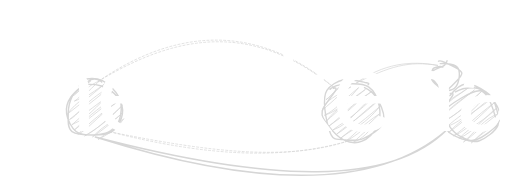
This is images/menckenania-logo.drawio.svg from menckend/writing, a draw.io export, as it was before one commit. Source tidied: cells renumbered, new cells last; positions are measured from the earlier drawing's top-left corner, leaving out a move shared by most shapes.
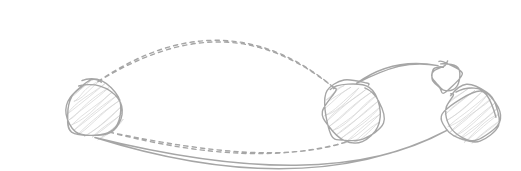
After the change.

What changed in the source:
```diff
@@ -2,23 +2,26 @@
   <root>
     <mxCell id="0" />
     <mxCell id="1" parent="0" />
+    <mxCell id="10" value="menckenania" style="text;align=left;verticalAlign=middle;strokeColor=none;fillColor=none;fontSize=80;fontColor=#FFFFFF;fontStyle=0;fontFamily=Caveat;fontSource=https%3A%2F%2Ffonts.googleapis.com%2Fcss%3Ffamily%3DCaveat;" parent="1" vertex="1">
+      <mxGeometry width="370" height="110" as="geometry" />
+    </mxCell>
-    <mxCell id="2" style="ellipse;whiteSpace=wrap;html=1;strokeColor=#D6D6D6;fillColor=#D6D6D6;shadow=0;rotation=10;sketch=1;curveFitting=1;jiggle=2;strokeWidth=1;fillStyle=hachure;" parent="1" vertex="1">
+    <mxCell id="2" style="ellipse;whiteSpace=wrap;html=1;strokeColor=#A6A6A6;fillColor=#D6D6D6;shadow=0;rotation=10;sketch=1;curveFitting=1;jiggle=2;strokeWidth=1;fillStyle=hachure;" parent="1" vertex="1">
       <mxGeometry x="46" y="57.4" width="40" height="40" as="geometry" />
     </mxCell>
-    <mxCell id="3" style="endArrow=none;html=1;strokeColor=#D6D6D6;strokeWidth=0.5;dashed=1;curved=1;entryX=0.5;entryY=1;entryDx=0;entryDy=0;exitX=1;exitY=1;exitDx=0;exitDy=0;sketch=1;curveFitting=1;jiggle=2;" parent="1" edge="1" source="2" target="4">
+    <mxCell id="3" style="endArrow=none;html=1;strokeColor=#A6A6A6;strokeWidth=1;dashed=1;curved=1;entryX=0.5;entryY=1;entryDx=0;entryDy=0;exitX=1;exitY=1;exitDx=0;exitDy=0;sketch=1;curveFitting=1;jiggle=2;" parent="1" edge="1" source="2" target="4">
       <mxGeometry relative="1" as="geometry">
         <Array as="points">
           <mxPoint x="185" y="120" />
         </Array>
       </mxGeometry>
     </mxCell>
-    <mxCell id="4" style="ellipse;whiteSpace=wrap;html=1;strokeColor=#D6D6D6;fillColor=#D6D6D6;shadow=0;rotation=10;strokeWidth=1;sketch=1;curveFitting=1;jiggle=2;fillStyle=hachure;" parent="1" vertex="1">
+    <mxCell id="4" style="ellipse;whiteSpace=wrap;html=1;strokeColor=#A6A6A6;fillColor=#D6D6D6;shadow=0;rotation=10;strokeWidth=1;sketch=1;curveFitting=1;jiggle=2;fillStyle=hachure;" parent="1" vertex="1">
       <mxGeometry x="229.4" y="58.6" width="42.5" height="42.5" as="geometry" />
     </mxCell>
-    <mxCell id="5" style="ellipse;whiteSpace=wrap;html=1;fillColor=none;strokeColor=#D6D6D6;strokeWidth=1;shadow=0;rotation=10;sketch=1;curveFitting=1;jiggle=2;" parent="1" vertex="1">
+    <mxCell id="5" style="ellipse;whiteSpace=wrap;html=1;fillColor=none;strokeColor=#A6A6A6;strokeWidth=1;shadow=0;rotation=10;sketch=1;curveFitting=1;jiggle=2;" parent="1" vertex="1">
       <mxGeometry x="308" y="44.5" width="20" height="20" as="geometry" />
     </mxCell>
-    <mxCell id="6" style="endArrow=none;html=1;strokeColor=#D6D6D6;strokeWidth=0.5;entryX=0;entryY=0;entryDx=0;entryDy=0;fontSize=4;sketch=1;curveFitting=1;jiggle=2;curved=1;" parent="1" edge="1" target="5">
+    <mxCell id="6" style="endArrow=none;html=1;strokeColor=#A6A6A6;strokeWidth=1;entryX=0;entryY=0;entryDx=0;entryDy=0;fontSize=4;sketch=1;curveFitting=1;jiggle=2;curved=1;" parent="1" edge="1" target="5">
       <mxGeometry relative="1" as="geometry">
         <mxPoint x="254" y="59" as="sourcePoint" />
         <Array as="points">
@@ -26,25 +29,22 @@
         </Array>
       </mxGeometry>
     </mxCell>
-    <mxCell id="7" style="endArrow=none;html=1;strokeColor=#D6D6D6;strokeWidth=1;entryX=0.618;entryY=0.992;entryDx=0;entryDy=0;exitX=0;exitY=1;exitDx=0;exitDy=0;entryPerimeter=0;curved=1;sketch=1;curveFitting=1;jiggle=2;" parent="1" edge="1" source="9" target="2">
+    <mxCell id="7" style="endArrow=none;html=1;strokeColor=#A6A6A6;strokeWidth=1;entryX=0.618;entryY=0.992;entryDx=0;entryDy=0;exitX=0;exitY=1;exitDx=0;exitDy=0;entryPerimeter=0;curved=1;sketch=1;curveFitting=1;jiggle=2;" parent="1" edge="1" source="9" target="2">
       <mxGeometry relative="1" as="geometry">
         <Array as="points">
-          <mxPoint x="255" y="150" />
+          <mxPoint x="225" y="140" />
         </Array>
       </mxGeometry>
     </mxCell>
-    <mxCell id="8" style="endArrow=none;html=1;strokeColor=#D6D6D6;strokeWidth=0.5;dashed=1;curved=1;entryX=0;entryY=0;entryDx=0;entryDy=0;sketch=1;curveFitting=1;jiggle=2;exitX=0.5;exitY=0;exitDx=0;exitDy=0;" parent="1" edge="1" source="2" target="4">
+    <mxCell id="8" style="endArrow=none;html=1;strokeColor=#A6A6A6;strokeWidth=1;dashed=1;curved=1;entryX=0;entryY=0;entryDx=0;entryDy=0;sketch=1;curveFitting=1;jiggle=2;exitX=0.5;exitY=0;exitDx=0;exitDy=0;" parent="1" edge="1" source="2" target="4">
       <mxGeometry relative="1" as="geometry">
         <Array as="points">
           <mxPoint x="155" />
         </Array>
       </mxGeometry>
     </mxCell>
-    <mxCell id="9" style="ellipse;whiteSpace=wrap;html=1;fillColor=#D6D6D6;strokeColor=#D6D6D6;strokeWidth=1;rotation=10;sketch=1;curveFitting=1;jiggle=2;fillStyle=hachure;" parent="1" vertex="1">
+    <mxCell id="9" style="ellipse;whiteSpace=wrap;html=1;fillColor=#D6D6D6;strokeColor=#A6A6A6;strokeWidth=1;rotation=10;sketch=1;curveFitting=1;jiggle=2;fillStyle=hachure;" parent="1" vertex="1">
       <mxGeometry x="315.4" y="60.9" width="40" height="40" as="geometry" />
     </mxCell>
-    <mxCell id="10" value="menckenania" style="text;align=left;verticalAlign=middle;strokeColor=none;fillColor=none;fontSize=80;fontColor=#FFFFFF;fontStyle=0;fontFamily=Caveat;fontSource=https%3A%2F%2Ffonts.googleapis.com%2Fcss%3Ffamily%3DCaveat;" parent="1" vertex="1">
-      <mxGeometry width="370" height="110" as="geometry" />
-    </mxCell>
   </root>
 </mxGraphModel>
```
